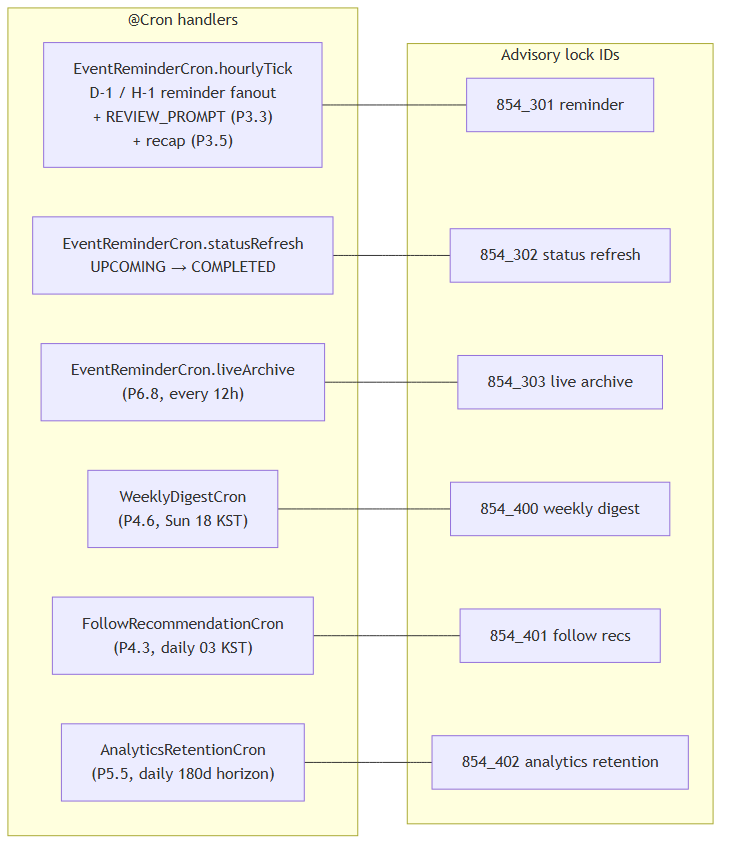
Earlier version of the Mermaid export docs/architecture/06-cron-map.png (kohjun/PRISM_Club). Its source is kept beside it as docs/architecture/06-cron-map.mmd. Its diagram source:
```mermaid
flowchart LR
    subgraph Crons["@Cron handlers"]
        D1["EventReminderCron.hourlyTick<br/>D-1 / H-1 reminder fanout<br/>+ REVIEW_PROMPT (P3.3)<br/>+ recap (P3.5)"]
        D2["EventReminderCron.statusRefresh<br/>UPCOMING → COMPLETED"]
        D3["EventReminderCron.liveArchive<br/>(P6.8, every 12h)"]
        D4["WeeklyDigestCron<br/>(P4.6, Sun 18 KST)"]
        D5["FollowRecommendationCron<br/>(P4.3, daily 03 KST)"]
        D6["AnalyticsRetentionCron<br/>(P5.5, daily 180d horizon)"]
    end

    subgraph Locks["Advisory lock IDs"]
        L1["854_301 reminder"]
        L2["854_302 status refresh"]
        L3["854_303 live archive"]
        L4["854_400 weekly digest"]
        L5["854_401 follow recs"]
        L6["854_402 analytics retention"]
    end

    D1 --- L1
    D2 --- L2
    D3 --- L3
    D4 --- L4
    D5 --- L5
    D6 --- L6
```
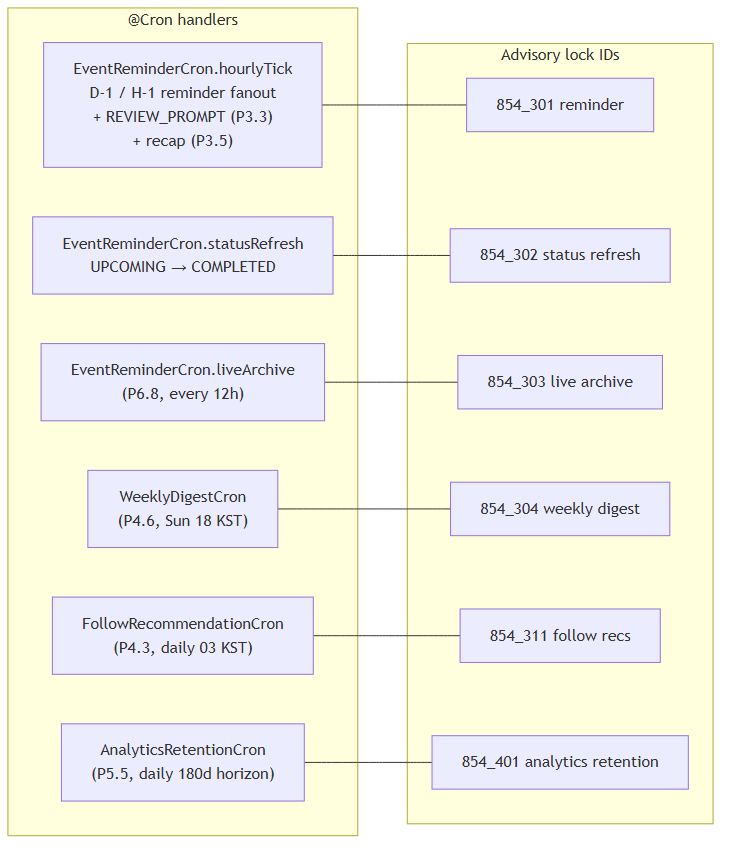
The same diagram one commit later.

Diff of the diagram source:
```diff
@@ -12,9 +12,9 @@
         L1["854_301 reminder"]
         L2["854_302 status refresh"]
         L3["854_303 live archive"]
-        L4["854_400 weekly digest"]
-        L5["854_401 follow recs"]
-        L6["854_402 analytics retention"]
+        L4["854_304 weekly digest"]
+        L5["854_311 follow recs"]
+        L6["854_401 analytics retention"]
     end
 
     D1 --- L1
```
